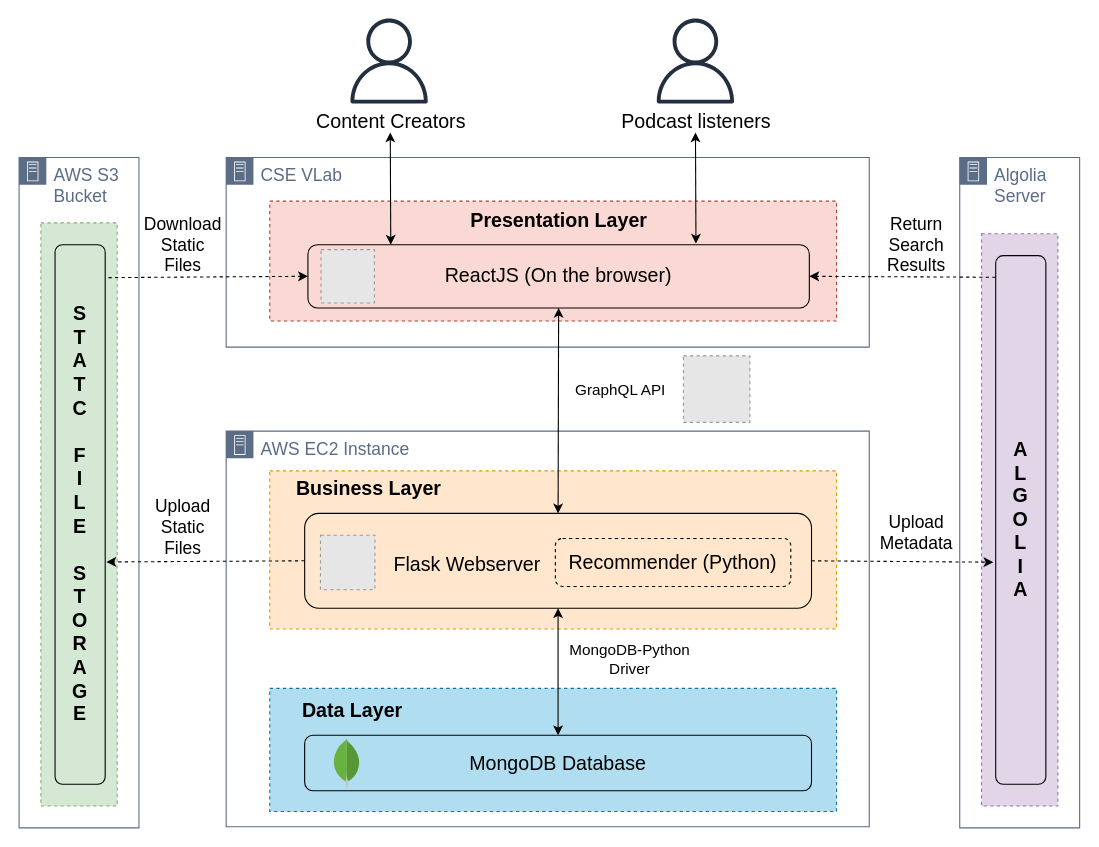
Kevinwochan/Ultracast keeps this draw.io diagram as docs/report/drawio/SystemArchitecture.drawio. Above is the earlier version. Source tidied: cells renumbered, new cells numbered last; positions are measured from the earlier drawing's top-left corner, leaving out a move shared by most shapes. Both pictures are drawn from the tidied source at 109%, with x=0, y=0 at pixel (19, 19). Pictures stored in the file or linked from it are replaced by grey dashed boxes.
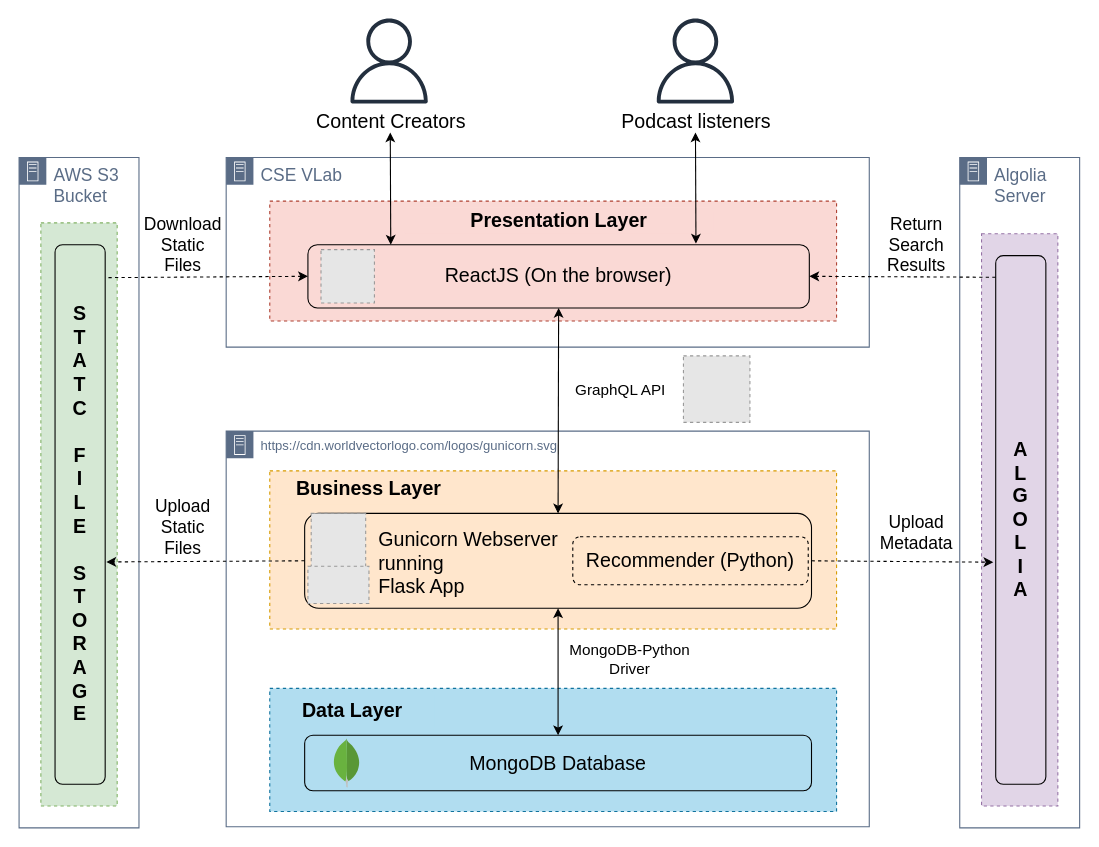
Above is the later version.

The edit, as a diff of the source:
```diff
@@
-    <mxCell id="2" value="&lt;font style=&quot;font-size: 16px&quot;&gt;AWS EC2 Instance&lt;/font&gt;" style="gradientColor=none;html=1;whiteSpace=wrap;fontSize=12;fontStyle=0;shape=mxgraph.aws4.group;grIcon=mxgraph.aws4.group_on_premise;strokeColor=#5A6C86;fillColor=none;verticalAlign=top;align=left;spacingLeft=30;fontColor=#5A6C86;dashed=0;" parent="1" vertex="1">
+    <mxCell id="2" value="https://cdn.worldvectorlogo.com/logos/gunicorn.svg" style="gradientColor=none;html=1;whiteSpace=wrap;fontSize=12;fontStyle=0;shape=mxgraph.aws4.group;grIcon=mxgraph.aws4.group_on_premise;strokeColor=#5A6C86;fillColor=none;verticalAlign=top;align=left;spacingLeft=30;fontColor=#5A6C86;dashed=0;" parent="1" vertex="1">
       <mxGeometry x="190" y="378" width="590" height="363" as="geometry" />
     </mxCell>
@@
     <mxCell id="32" style="group;" parent="1" vertex="1">
-      <mxGeometry x="262" y="453.5" width="465" height="87" as="geometry" />
+      <mxGeometry x="262" y="453.5" width="465" height="131.2" as="geometry" />
     </mxCell>
@@
     <mxCell id="34" style="fillColor=#E6E6E6;strokeColor=#999999;dashed=1;html=1;verticalAlign=top;verticalLabelPosition=bottom;labelBackgroundColor=#ffffff;" parent="32" vertex="1">
-      <mxGeometry x="14.5" y="20" width="50" height="50" as="geometry" />
+      <mxGeometry x="6" width="50" height="50" as="geometry" />
     </mxCell>
     <mxCell id="35" value="&lt;font style=&quot;font-size: 18px&quot;&gt;Recommender (Python)&lt;/font&gt;" style="rounded=1;whiteSpace=wrap;html=1;fillColor=none;dashed=1;" parent="32" vertex="1">
-      <mxGeometry x="230" y="23" width="216" height="44" as="geometry" />
+      <mxGeometry x="246" y="21.5" width="216" height="44" as="geometry" />
     </mxCell>
-    <mxCell id="36" value="&lt;font style=&quot;font-size: 18px&quot;&gt;Flask Webserver&lt;/font&gt;" style="text;html=1;" parent="32" vertex="1">
-      <mxGeometry x="80" y="30" width="160" height="30" as="geometry" />
+    <mxCell id="36" value="&lt;font style=&quot;font-size: 18px&quot;&gt;Gunicorn Webserver&lt;br&gt;running&lt;br&gt;Flask App&lt;/font&gt;" style="text;html=1;" parent="32" vertex="1">
+      <mxGeometry x="66" y="7" width="180" height="50" as="geometry" />
     </mxCell>
+    <mxCell id="45" style="fillColor=#E6E6E6;strokeColor=#999999;dashed=1;verticalLabelPosition=bottom;labelBackgroundColor=#ffffff;verticalAlign=top;" parent="32" vertex="1">
+      <mxGeometry x="3" y="48.5" width="56" height="34.1" as="geometry" />
+    </mxCell>
```
